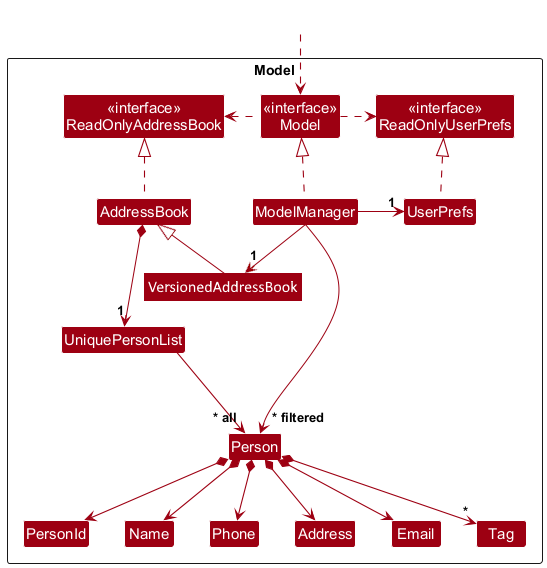
This is docs/images/ModelClassDiagram.png from AY2627S1-CS2103-F13-1/tp, a PlantUML export, as it was before one commit. Its source is kept beside it as docs/diagrams/ModelClassDiagram.puml.
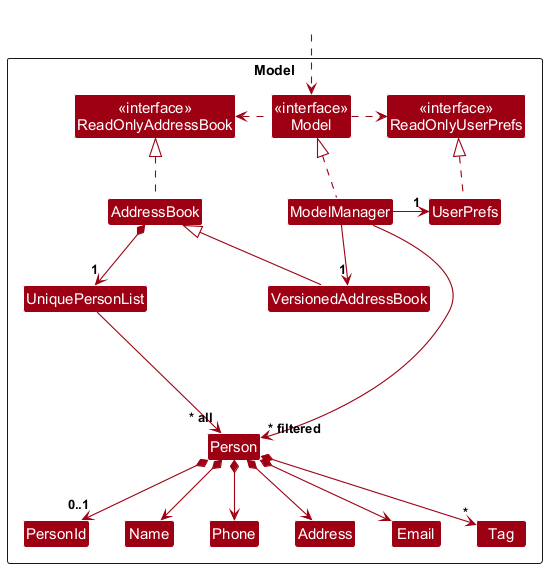
The same diagram one commit later.

The edit, as a diff of the source:
```diff
@@ -9,6 +9,7 @@
 Class "<<interface>>\nReadOnlyUserPrefs" as ReadOnlyUserPrefs
 Class "<<interface>>\nModel" as Model
 Class AddressBook
+Class VersionedAddressBook
 Class ModelManager
 Class UserPrefs
 
@@ -32,13 +33,14 @@
 ModelManager .up.|> Model
 Model .right.> ReadOnlyUserPrefs
 Model .left.> ReadOnlyAddressBook
-ModelManager -left-> "1" AddressBook
+VersionedAddressBook -up-|> AddressBook
+ModelManager --> "1" VersionedAddressBook
 ModelManager -right-> "1" UserPrefs
 UserPrefs .up.|> ReadOnlyUserPrefs
 
 AddressBook *--> "1" UniquePersonList
 UniquePersonList --> "~* all" Person
-Person *--> PersonId
+Person *--> "0..1" PersonId
 Person *--> Name
 Person *--> Phone
 Person *--> Email
```
